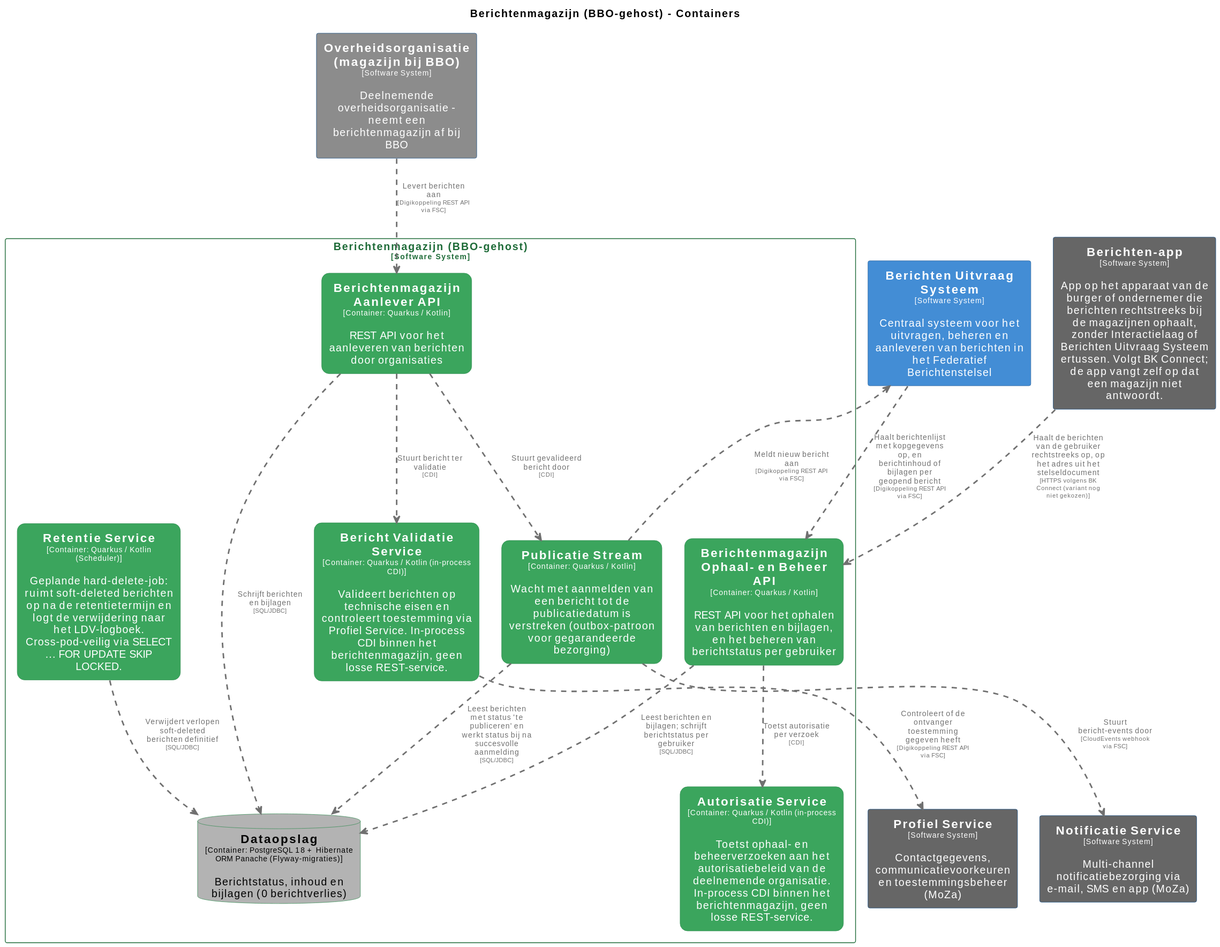
Above: pr-preview/pr-447/master/svg/BerichtenmagazijnContainers.svg in MinBZK/moza-poc-fbs-berichtenbox (PlantUML), before the change. Its source is kept beside it as pr-preview/pr-447/master/puml/BerichtenmagazijnContainers.puml.
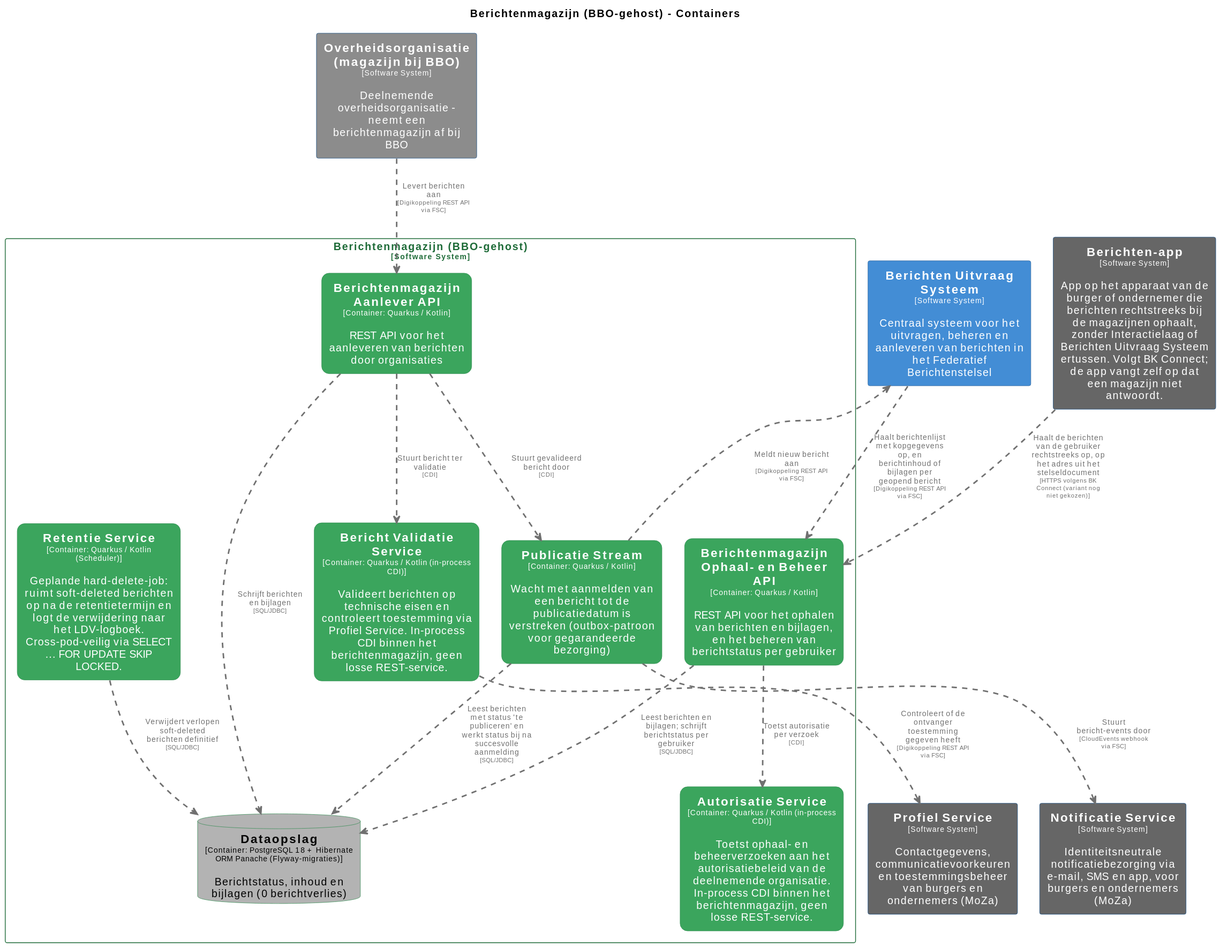
The same file after the commit.

What changed in the source:
```diff
@@ -99,8 +99,8 @@
   shadowing false
 }
 
-rectangle "==Profiel Service\n<size:10>[Software System]</size>\n\nContactgegevens, communicatievoorkeuren en toestemmingsbeheer (MoZa)" <<ProfielService>> as ProfielService
-rectangle "==Notificatie Service\n<size:10>[Software System]</size>\n\nMulti-channel notificatiebezorging via e-mail, SMS en app (MoZa)" <<NotificatieService>> as NotificatieService
+rectangle "==Profiel Service\n<size:10>[Software System]</size>\n\nContactgegevens, communicatievoorkeuren en toestemmingsbeheer van burgers en ondernemers (MoZa)" <<ProfielService>> as ProfielService
+rectangle "==Notificatie Service\n<size:10>[Software System]</size>\n\nIdentiteitsneutrale notificatiebezorging via e-mail, SMS en app, voor burgers en ondernemers (MoZa)" <<NotificatieService>> as NotificatieService
 rectangle "==Overheidsorganisatie (magazijn bij BBO)\n<size:10>[Software System]</size>\n\nDeelnemende overheidsorganisatie - neemt een berichtenmagazijn af bij BBO" <<OverheidsorganisatiemagazijnbijBBO>> as OverheidsorganisatiemagazijnbijBBO
 rectangle "==Berichten Uitvraag Systeem\n<size:10>[Software System]</size>\n\nCentraal systeem voor het uitvragen, beheren en aanleveren van berichten in het Federatief Berichtenstelsel" <<BerichtenUitvraagSysteem>> as BerichtenUitvraagSysteem
 rectangle "==Berichten-app\n<size:10>[Software System]</size>\n\nApp op het apparaat van de burger of ondernemer die berichten rechtstreeks bij de magazijnen ophaalt, zonder Interactielaag of Berichten Uitvraag Systeem ertussen. Volgt BK Connect; de app vangt zelf op dat een magazijn niet antwoordt." <<Berichtenapp>> as Berichtenapp
```
